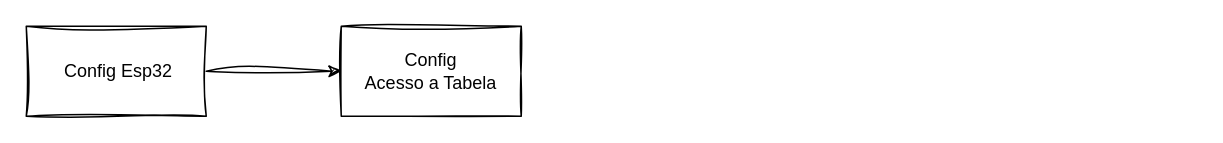
The draw.io diagram project-esp32nativesense.drawio in r0bertgabriel/ESP32NativeSense, before the edit. Source tidied: cells renumbered, new cells numbered last; positions are measured from the earlier drawing's top-left corner, leaving out a move shared by most shapes. Both pictures are drawn from the tidied source at 150%, with x=0, y=0 at pixel (26, 26).
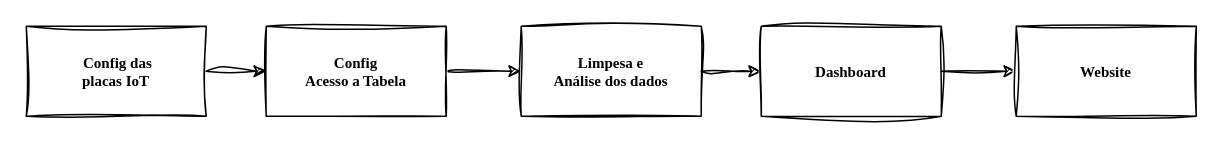
After the change.

Diff of the diagram source:
```diff
@@
 <mxGraphModel>
   <root>
     <mxCell id="0" />
     <mxCell id="1" parent="0" />
-    <mxCell id="2" style="edgeStyle=orthogonalEdgeStyle;rounded=0;sketch=1;hachureGap=4;jiggle=2;curveFitting=1;jettySize=auto;html=1;fontFamily=Architects Daughter;" parent="1" edge="1" source="3" target="4">
+    <mxCell id="2" style="edgeStyle=orthogonalEdgeStyle;rounded=0;sketch=1;hachureGap=4;jiggle=2;curveFitting=1;jettySize=auto;html=1;fontFamily=Verdana;" parent="1" edge="1" source="3" target="4">
       <mxGeometry relative="1" as="geometry" />
     </mxCell>
-    <mxCell id="3" value="&amp;nbsp;Config Esp32" style="rounded=0;whiteSpace=wrap;html=1;sketch=1;curveFitting=1;jiggle=2;labelBackgroundColor=none;" parent="1" vertex="1">
+    <mxCell id="3" value="&amp;nbsp;Config das&lt;div&gt;placas IoT&lt;/div&gt;" style="rounded=0;whiteSpace=wrap;html=1;sketch=1;curveFitting=1;jiggle=2;labelBackgroundColor=none;fontFamily=Garamond;fontSize=10;fontStyle=1;" parent="1" vertex="1">
       <mxGeometry width="120" height="60" as="geometry" />
     </mxCell>
+    <mxCell id="5" style="edgeStyle=orthogonalEdgeStyle;rounded=0;sketch=1;hachureGap=4;jiggle=2;curveFitting=1;jettySize=auto;html=1;fontFamily=Verdana;" parent="1" edge="1" source="4" target="7">
+      <mxGeometry relative="1" as="geometry" />
+    </mxCell>
-    <mxCell id="4" value="Config&lt;div&gt;Acesso a Tabela&lt;/div&gt;" style="rounded=0;whiteSpace=wrap;html=1;sketch=1;curveFitting=1;jiggle=2;labelBackgroundColor=none;" parent="1" vertex="1">
-      <mxGeometry x="210" width="120" height="60" as="geometry" />
+    <mxCell id="4" value="Config&lt;div style=&quot;font-size: 10px;&quot;&gt;Acesso a Tabela&lt;/div&gt;" style="rounded=0;whiteSpace=wrap;html=1;sketch=1;curveFitting=1;jiggle=2;labelBackgroundColor=none;fontFamily=Garamond;fontSize=10;fontStyle=1;" parent="1" vertex="1">
+      <mxGeometry x="160" width="120" height="60" as="geometry" />
     </mxCell>
+    <mxCell id="6" style="edgeStyle=orthogonalEdgeStyle;rounded=0;sketch=1;hachureGap=4;jiggle=2;curveFitting=1;jettySize=auto;html=1;fontFamily=Architects Daughter;" parent="1" edge="1" source="7" target="9">
+      <mxGeometry relative="1" as="geometry" />
+    </mxCell>
+    <mxCell id="7" value="Limpesa e&lt;div style=&quot;font-size: 10px;&quot;&gt;Análise dos dados&lt;/div&gt;" style="rounded=0;whiteSpace=wrap;html=1;sketch=1;curveFitting=1;jiggle=2;labelBackgroundColor=none;fontFamily=Garamond;fontSize=10;fontStyle=1;" parent="1" vertex="1">
+      <mxGeometry x="330" width="120" height="60" as="geometry" />
+    </mxCell>
+    <mxCell id="8" style="edgeStyle=orthogonalEdgeStyle;rounded=0;sketch=1;hachureGap=4;jiggle=2;curveFitting=1;jettySize=auto;html=1;fontFamily=Architects Daughter;" parent="1" edge="1" source="9" target="10">
+      <mxGeometry relative="1" as="geometry" />
+    </mxCell>
+    <mxCell id="9" value="Dashboard" style="whiteSpace=wrap;html=1;fontSize=10;fontFamily=Garamond;rounded=0;sketch=1;curveFitting=1;jiggle=2;labelBackgroundColor=none;fontStyle=1;" parent="1" vertex="1">
+      <mxGeometry x="490" width="120" height="60" as="geometry" />
+    </mxCell>
+    <mxCell id="10" value="Website" style="whiteSpace=wrap;html=1;fontSize=10;fontFamily=Garamond;rounded=0;sketch=1;curveFitting=1;jiggle=2;labelBackgroundColor=none;fontStyle=1;" parent="1" vertex="1">
+      <mxGeometry x="660" width="120" height="60" as="geometry" />
+    </mxCell>
   </root>
 </mxGraphModel>
```
